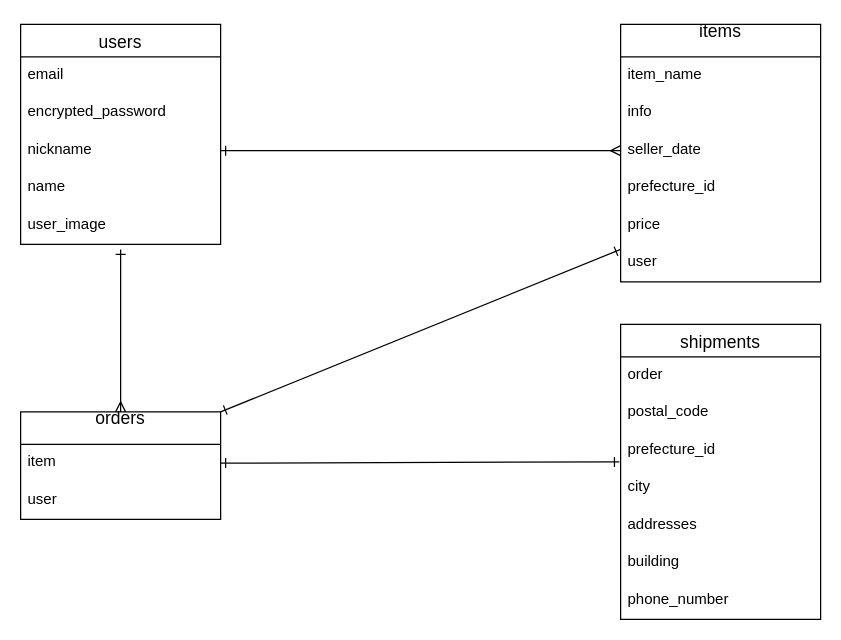
This is marche.dio from massa1111/marche, a draw.io file, before an edit. Source tidied: cells renumbered, new cells numbered last; positions are measured from the earlier drawing's top-left corner, leaving out a move shared by most shapes. Both pictures are drawn from the tidied source at 125%, with x=0, y=0 at pixel (20, 24).
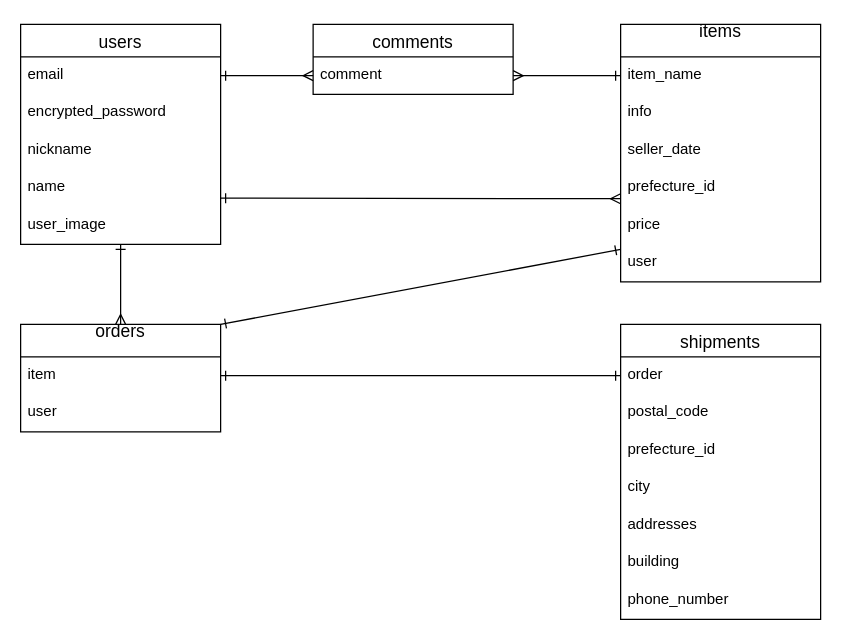
Above is the later version.

Unchanged cells that the change refers to:
```xml
<mxCell id="3" value="email" style="text;strokeColor=none;fillColor=none;spacingLeft=4;spacingRight=4;overflow=hidden;points=[[0,0.5],[1,0.5]];portConstraint=eastwest;fontSize=12;" parent="2" vertex="1">
  <mxGeometry y="26" width="160" height="30" as="geometry" />
</mxCell>
<mxCell id="5" value="nickname " style="text;strokeColor=none;fillColor=none;spacingLeft=4;spacingRight=4;overflow=hidden;points=[[0,0.5],[1,0.5]];portConstraint=eastwest;fontSize=12;" parent="2" vertex="1">
  <mxGeometry y="86" width="160" height="30" as="geometry" />
</mxCell>
<mxCell id="7" value="user_image" style="text;strokeColor=none;fillColor=none;spacingLeft=4;spacingRight=4;overflow=hidden;points=[[0,0.5],[1,0.5]];portConstraint=eastwest;fontSize=12;" parent="2" vertex="1">
  <mxGeometry y="146" width="160" height="30" as="geometry" />
</mxCell>
<mxCell id="9" value="item_name" style="text;strokeColor=none;fillColor=none;spacingLeft=4;spacingRight=4;overflow=hidden;points=[[0,0.5],[1,0.5]];portConstraint=eastwest;fontSize=12;" parent="8" vertex="1">
  <mxGeometry y="26" width="160" height="30" as="geometry" />
</mxCell>
<mxCell id="11" value="seller_date" style="text;strokeColor=none;fillColor=none;spacingLeft=4;spacingRight=4;overflow=hidden;points=[[0,0.5],[1,0.5]];portConstraint=eastwest;fontSize=12;" parent="8" vertex="1">
  <mxGeometry y="86" width="160" height="30" as="geometry" />
</mxCell>
<mxCell id="12" value="prefecture_id" style="text;strokeColor=none;fillColor=none;spacingLeft=4;spacingRight=4;overflow=hidden;points=[[0,0.5],[1,0.5]];portConstraint=eastwest;fontSize=12;" parent="8" vertex="1">
  <mxGeometry y="116" width="160" height="30" as="geometry" />
</mxCell>
<mxCell id="16" value="item" style="text;strokeColor=none;fillColor=none;spacingLeft=4;spacingRight=4;overflow=hidden;points=[[0,0.5],[1,0.5]];portConstraint=eastwest;fontSize=12;" parent="15" vertex="1">
  <mxGeometry y="26" width="160" height="30" as="geometry" />
</mxCell>
<mxCell id="19" value="order" style="text;strokeColor=none;fillColor=none;spacingLeft=4;spacingRight=4;overflow=hidden;points=[[0,0.5],[1,0.5]];portConstraint=eastwest;fontSize=12;" parent="18" vertex="1">
  <mxGeometry y="26" width="160" height="30" as="geometry" />
</mxCell>
<mxCell id="21" value="prefecture_id" style="text;strokeColor=none;fillColor=none;spacingLeft=4;spacingRight=4;overflow=hidden;points=[[0,0.5],[1,0.5]];portConstraint=eastwest;fontSize=12;" parent="18" vertex="1">
  <mxGeometry y="86" width="160" height="30" as="geometry" />
</mxCell>
```

What changed in the source:
```diff
@@
     <mxCell id="15" value="orders&#10;" style="swimlane;fontStyle=0;horizontal=1;startSize=26;align=center;fontSize=14;" parent="1" vertex="1">
-      <mxGeometry y="310" width="160" height="86" as="geometry" />
+      <mxGeometry y="240" width="160" height="86" as="geometry" />
     </mxCell>
@@
-    <mxCell id="26" style="edgeStyle=none;html=1;exitX=1;exitY=0.5;exitDx=0;exitDy=0;entryX=0;entryY=0.5;entryDx=0;entryDy=0;startArrow=ERone;startFill=0;endArrow=ERmany;endFill=0;" parent="1" edge="1" source="5" target="11">
-      <mxGeometry relative="1" as="geometry" />
+    <mxCell id="26" style="edgeStyle=none;html=1;entryX=0;entryY=0.783;entryDx=0;entryDy=0;startArrow=ERone;startFill=0;endArrow=ERmany;endFill=0;entryPerimeter=0;" parent="1" edge="1" target="12">
+      <mxGeometry relative="1" as="geometry">
+        <mxPoint x="160" y="139" as="sourcePoint" />
+      </mxGeometry>
     </mxCell>
-    <mxCell id="27" style="edgeStyle=none;html=1;exitX=1;exitY=0.5;exitDx=0;exitDy=0;entryX=-0.006;entryY=0.8;entryDx=0;entryDy=0;startArrow=ERone;startFill=0;endArrow=ERone;endFill=0;entryPerimeter=0;" parent="1" edge="1" source="16" target="21">
+    <mxCell id="27" style="edgeStyle=none;html=1;exitX=1;exitY=0.5;exitDx=0;exitDy=0;entryX=0;entryY=0.5;entryDx=0;entryDy=0;startArrow=ERone;startFill=0;endArrow=ERone;endFill=0;" parent="1" edge="1" source="16" target="19">
       <mxGeometry relative="1" as="geometry" />
     </mxCell>
-    <mxCell id="28" style="edgeStyle=none;html=1;entryX=0.5;entryY=0;entryDx=0;entryDy=0;startArrow=ERone;startFill=0;endArrow=ERmany;endFill=0;" parent="1" edge="1" target="15">
-      <mxGeometry relative="1" as="geometry">
-        <mxPoint x="80" y="180" as="sourcePoint" />
-      </mxGeometry>
+    <mxCell id="28" style="edgeStyle=none;html=1;entryX=0.5;entryY=0;entryDx=0;entryDy=0;startArrow=ERone;startFill=0;endArrow=ERmany;endFill=0;" parent="1" edge="1" source="7" target="15">
+      <mxGeometry relative="1" as="geometry" />
     </mxCell>
-    <mxCell id="29" style="edgeStyle=none;html=1;entryX=1;entryY=0;entryDx=0;entryDy=0;startArrow=ERone;startFill=0;endArrow=ERone;endFill=0;" parent="1" edge="1" target="15">
+    <mxCell id="29" style="edgeStyle=none;html=1;startArrow=ERone;startFill=0;endArrow=ERone;endFill=0;entryX=1;entryY=0;entryDx=0;entryDy=0;" parent="1" edge="1" target="15">
       <mxGeometry relative="1" as="geometry">
         <mxPoint x="480" y="180" as="sourcePoint" />
       </mxGeometry>
     </mxCell>
+    <mxCell id="30" value="comments" style="swimlane;fontStyle=0;horizontal=1;startSize=26;align=center;fontSize=14;" parent="1" vertex="1">
+      <mxGeometry x="234" width="160" height="56" as="geometry" />
+    </mxCell>
+    <mxCell id="31" value="comment" style="text;strokeColor=none;fillColor=none;spacingLeft=4;spacingRight=4;overflow=hidden;points=[[0,0.5],[1,0.5]];portConstraint=eastwest;fontSize=12;" parent="30" vertex="1">
+      <mxGeometry y="26" width="160" height="30" as="geometry" />
+    </mxCell>
+    <mxCell id="32" style="edgeStyle=none;html=1;exitX=0;exitY=0.5;exitDx=0;exitDy=0;entryX=1;entryY=0.5;entryDx=0;entryDy=0;startArrow=ERmany;startFill=0;endArrow=ERone;endFill=0;" parent="1" edge="1" source="31" target="3">
+      <mxGeometry relative="1" as="geometry" />
+    </mxCell>
+    <mxCell id="33" style="edgeStyle=none;html=1;exitX=1;exitY=0.5;exitDx=0;exitDy=0;startArrow=ERmany;startFill=0;endArrow=ERone;endFill=0;" parent="1" edge="1" source="31" target="9">
+      <mxGeometry relative="1" as="geometry" />
+    </mxCell>
```
